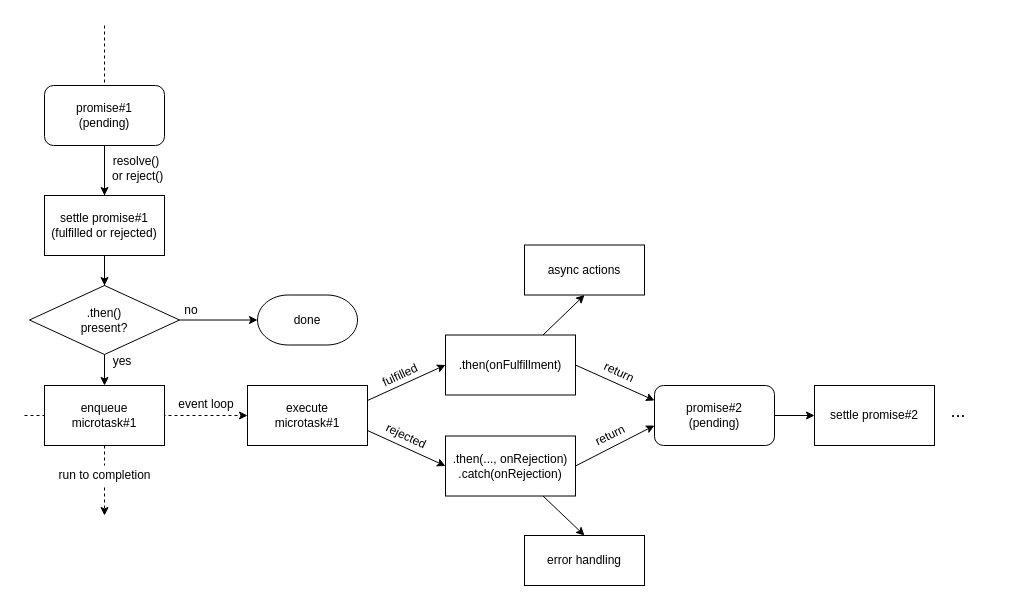
remarcmij/using-apis-qa-wk1 keeps this draw.io diagram as assets/promise.drawio. Above is the earlier version. Source tidied: cells renumbered, new cells numbered last; positions are measured from the earlier drawing's top-left corner, leaving out a move shared by most shapes. Both pictures are drawn from the tidied source at 100%, with x=0, y=0 at pixel (24, 25).
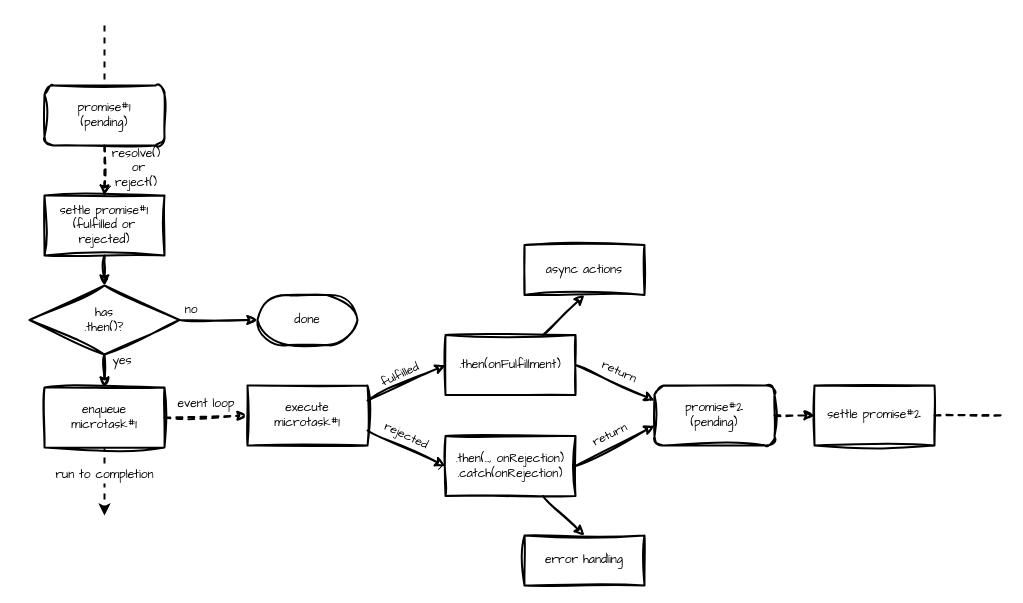
Above is the later version.

Change to the diagram source:
```diff
@@
-    <mxCell id="2" style="endArrow=classic;html=1;rounded=0;dashed=1;" parent="1" edge="1">
+    <mxCell id="2" style="endArrow=classic;html=1;rounded=0;dashed=1;strokeWidth=2;fontFamily=Comic Sans MS;" parent="1" edge="1">
       <mxGeometry relative="1" as="geometry">
         <mxPoint x="80" as="sourcePoint" />
         <mxPoint x="80" y="490" as="targetPoint" />
       </mxGeometry>
     </mxCell>
-    <mxCell id="3" style="endArrow=classic;html=1;rounded=0;entryX=0;entryY=0.5;entryDx=0;entryDy=0;dashed=1;" parent="1" edge="1" target="17">
-      <mxGeometry relative="1" as="geometry">
-        <mxPoint y="390" as="sourcePoint" />
-      </mxGeometry>
+    <mxCell id="3" style="endArrow=classic;html=1;rounded=0;entryX=0;entryY=0.5;entryDx=0;entryDy=0;dashed=1;strokeWidth=2;fontFamily=Comic Sans MS;exitX=1;exitY=0.5;exitDx=0;exitDy=0;sketch=1;curveFitting=1;jiggle=2;" parent="1" edge="1" source="9" target="17">
+      <mxGeometry relative="1" as="geometry" />
     </mxCell>
-    <mxCell id="4" value=".then(onFulfillment)" style="rounded=0;whiteSpace=wrap;html=1;" parent="1" vertex="1">
+    <mxCell id="4" value=".then(onFulfillment)" style="rounded=0;whiteSpace=wrap;html=1;sketch=1;curveFitting=1;jiggle=2;strokeWidth=2;fontFamily=Comic Sans MS;" parent="1" vertex="1">
       <mxGeometry x="421" y="309.5" width="130" height="60" as="geometry" />
     </mxCell>
-    <mxCell id="5" value=".then(..., onRejection)&lt;br&gt;.catch(onRejection)" style="rounded=0;whiteSpace=wrap;html=1;" parent="1" vertex="1">
+    <mxCell id="5" value=".then(..., onRejection)&lt;br&gt;.catch(onRejection)" style="rounded=0;whiteSpace=wrap;html=1;sketch=1;curveFitting=1;jiggle=2;strokeWidth=2;fontFamily=Comic Sans MS;" parent="1" vertex="1">
       <mxGeometry x="421" y="410.5" width="130" height="60" as="geometry" />
     </mxCell>
-    <mxCell id="6" value="fulfilled" style="text;html=1;align=center;verticalAlign=middle;whiteSpace=wrap;rounded=0;rotation=-25;" parent="1" vertex="1">
+    <mxCell id="6" value="fulfilled" style="text;html=1;align=center;verticalAlign=middle;whiteSpace=wrap;rounded=0;rotation=-25;sketch=1;curveFitting=1;jiggle=2;strokeWidth=2;fontFamily=Comic Sans MS;" parent="1" vertex="1">
       <mxGeometry x="346" y="335" width="60" height="30" as="geometry" />
     </mxCell>
-    <mxCell id="7" value="rejected" style="text;html=1;align=center;verticalAlign=middle;whiteSpace=wrap;rounded=0;rotation=25;" parent="1" vertex="1">
+    <mxCell id="7" value="rejected" style="text;html=1;align=center;verticalAlign=middle;whiteSpace=wrap;rounded=0;rotation=25;sketch=1;curveFitting=1;jiggle=2;strokeWidth=2;fontFamily=Comic Sans MS;" parent="1" vertex="1">
       <mxGeometry x="352" y="396" width="60" height="30" as="geometry" />
     </mxCell>
-    <mxCell id="8" value="promise#1&lt;br&gt;(pending)" style="rounded=1;whiteSpace=wrap;html=1;" parent="1" vertex="1">
+    <mxCell id="8" value="promise#1&lt;br&gt;(pending)" style="rounded=1;whiteSpace=wrap;html=1;sketch=1;curveFitting=1;jiggle=2;strokeWidth=2;fontFamily=Comic Sans MS;" parent="1" vertex="1">
       <mxGeometry x="20" y="60" width="120" height="60" as="geometry" />
     </mxCell>
-    <mxCell id="9" value="enqueue&lt;br&gt;microtask#1" style="rounded=0;whiteSpace=wrap;html=1;" parent="1" vertex="1">
-      <mxGeometry x="20" y="360" width="120" height="60" as="geometry" />
+    <mxCell id="9" value="enqueue&lt;br&gt;microtask#1" style="rounded=0;whiteSpace=wrap;html=1;sketch=1;curveFitting=1;jiggle=2;strokeWidth=2;fontFamily=Comic Sans MS;" parent="1" vertex="1">
+      <mxGeometry x="20" y="362" width="120" height="60" as="geometry" />
     </mxCell>
-    <mxCell id="10" value="resolve()&lt;br&gt;&amp;nbsp;or reject()" style="text;html=1;align=center;verticalAlign=middle;whiteSpace=wrap;rounded=0;" parent="1" vertex="1">
+    <mxCell id="10" value="resolve()&lt;br&gt;&amp;nbsp;or reject()" style="text;html=1;align=center;verticalAlign=middle;whiteSpace=wrap;rounded=0;sketch=1;curveFitting=1;jiggle=2;strokeWidth=2;fontFamily=Comic Sans MS;" parent="1" vertex="1">
       <mxGeometry x="82" y="127.5" width="60" height="30" as="geometry" />
     </mxCell>
-    <mxCell id="11" value="event loop" style="text;html=1;align=center;verticalAlign=middle;whiteSpace=wrap;rounded=0;fillColor=none;" parent="1" vertex="1">
+    <mxCell id="11" value="event loop" style="text;html=1;align=center;verticalAlign=middle;whiteSpace=wrap;rounded=0;fillColor=none;sketch=1;curveFitting=1;jiggle=2;strokeWidth=2;fontFamily=Comic Sans MS;" parent="1" vertex="1">
       <mxGeometry x="152" y="369" width="60" height="20" as="geometry" />
     </mxCell>
-    <mxCell id="12" value=".then()&lt;br&gt;present?" style="strokeWidth=1;html=1;shape=mxgraph.flowchart.decision;whiteSpace=wrap;" parent="1" vertex="1">
+    <mxCell id="12" value="has&lt;br&gt;.then()?" style="strokeWidth=2;html=1;shape=mxgraph.flowchart.decision;whiteSpace=wrap;sketch=1;curveFitting=1;jiggle=2;fontFamily=Comic Sans MS;" parent="1" vertex="1">
       <mxGeometry x="5" y="260" width="150" height="69" as="geometry" />
     </mxCell>
-    <mxCell id="13" value="settle promise#1&lt;br&gt;(fulfilled or rejected)" style="rounded=0;whiteSpace=wrap;html=1;" parent="1" vertex="1">
+    <mxCell id="13" value="settle promise#1&lt;br&gt;(fulfilled or rejected)" style="rounded=0;whiteSpace=wrap;html=1;sketch=1;curveFitting=1;jiggle=2;strokeWidth=2;fontFamily=Comic Sans MS;" parent="1" vertex="1">
       <mxGeometry x="20" y="170" width="120" height="60" as="geometry" />
     </mxCell>
-    <mxCell id="14" style="endArrow=classic;html=1;rounded=0;exitX=0.5;exitY=1;exitDx=0;exitDy=0;entryX=0.5;entryY=0;entryDx=0;entryDy=0;" parent="1" edge="1" source="8" target="13">
+    <mxCell id="14" style="endArrow=classic;html=1;rounded=0;exitX=0.5;exitY=1;exitDx=0;exitDy=0;entryX=0.5;entryY=0;entryDx=0;entryDy=0;sketch=1;curveFitting=1;jiggle=2;strokeWidth=2;fontFamily=Comic Sans MS;dashed=1;" parent="1" edge="1" source="8" target="13">
       <mxGeometry relative="1" as="geometry" />
     </mxCell>
-    <mxCell id="15" style="endArrow=none;html=1;rounded=0;entryX=0.5;entryY=1;entryDx=0;entryDy=0;exitX=0.5;exitY=0;exitDx=0;exitDy=0;exitPerimeter=0;endFill=1;startFill=1;startArrow=classic;" parent="1" edge="1" source="12" target="13">
+    <mxCell id="15" style="endArrow=none;html=1;rounded=0;entryX=0.5;entryY=1;entryDx=0;entryDy=0;exitX=0.5;exitY=0;exitDx=0;exitDy=0;exitPerimeter=0;endFill=1;startFill=1;startArrow=classic;sketch=1;curveFitting=1;jiggle=2;strokeWidth=2;fontFamily=Comic Sans MS;" parent="1" edge="1" source="12" target="13">
       <mxGeometry relative="1" as="geometry" />
     </mxCell>
-    <mxCell id="16" style="endArrow=classic;html=1;rounded=0;exitX=0.5;exitY=1;exitDx=0;exitDy=0;exitPerimeter=0;entryX=0.5;entryY=0;entryDx=0;entryDy=0;" parent="1" edge="1" source="12" target="9">
+    <mxCell id="16" style="endArrow=classic;html=1;rounded=0;exitX=0.5;exitY=1;exitDx=0;exitDy=0;exitPerimeter=0;entryX=0.5;entryY=0;entryDx=0;entryDy=0;sketch=1;curveFitting=1;jiggle=2;strokeWidth=2;fontFamily=Comic Sans MS;" parent="1" edge="1" source="12" target="9">
       <mxGeometry relative="1" as="geometry" />
     </mxCell>
-    <mxCell id="17" value="execute&lt;br&gt;microtask#1" style="rounded=0;whiteSpace=wrap;html=1;" parent="1" vertex="1">
+    <mxCell id="17" value="execute&lt;br&gt;microtask#1" style="rounded=0;whiteSpace=wrap;html=1;sketch=1;curveFitting=1;jiggle=2;strokeWidth=2;fontFamily=Comic Sans MS;" parent="1" vertex="1">
       <mxGeometry x="223" y="360" width="120" height="60" as="geometry" />
     </mxCell>
-    <mxCell id="18" style="endArrow=classic;html=1;rounded=0;exitX=1;exitY=0.25;exitDx=0;exitDy=0;entryX=0;entryY=0.5;entryDx=0;entryDy=0;" parent="1" edge="1" source="17" target="4">
+    <mxCell id="18" style="endArrow=classic;html=1;rounded=0;exitX=1;exitY=0.25;exitDx=0;exitDy=0;entryX=0;entryY=0.5;entryDx=0;entryDy=0;sketch=1;curveFitting=1;jiggle=2;strokeWidth=2;fontFamily=Comic Sans MS;" parent="1" edge="1" source="17" target="4">
       <mxGeometry relative="1" as="geometry" />
     </mxCell>
-    <mxCell id="19" style="endArrow=classic;html=1;rounded=0;entryX=0;entryY=0.5;entryDx=0;entryDy=0;exitX=1;exitY=0.75;exitDx=0;exitDy=0;" parent="1" edge="1" source="17" target="5">
+    <mxCell id="19" style="endArrow=classic;html=1;rounded=0;entryX=0;entryY=0.5;entryDx=0;entryDy=0;exitX=1;exitY=0.75;exitDx=0;exitDy=0;sketch=1;curveFitting=1;jiggle=2;strokeWidth=2;fontFamily=Comic Sans MS;" parent="1" edge="1" source="17" target="5">
       <mxGeometry relative="1" as="geometry" />
     </mxCell>
-    <mxCell id="20" value="yes" style="text;html=1;align=center;verticalAlign=middle;whiteSpace=wrap;rounded=0;" parent="1" vertex="1">
+    <mxCell id="20" value="yes" style="text;html=1;align=center;verticalAlign=middle;whiteSpace=wrap;rounded=0;sketch=1;curveFitting=1;jiggle=2;strokeWidth=2;fontFamily=Comic Sans MS;" parent="1" vertex="1">
       <mxGeometry x="68" y="320.5" width="60" height="30" as="geometry" />
     </mxCell>
-    <mxCell id="21" style="endArrow=classic;html=1;rounded=0;exitX=1;exitY=0.5;exitDx=0;exitDy=0;exitPerimeter=0;entryX=0;entryY=0.5;entryDx=0;entryDy=0;entryPerimeter=0;" parent="1" edge="1" source="12" target="22">
+    <mxCell id="21" style="endArrow=classic;html=1;rounded=0;exitX=1;exitY=0.5;exitDx=0;exitDy=0;exitPerimeter=0;entryX=0;entryY=0.5;entryDx=0;entryDy=0;entryPerimeter=0;sketch=1;curveFitting=1;jiggle=2;strokeWidth=2;fontFamily=Comic Sans MS;" parent="1" edge="1" source="12" target="22">
       <mxGeometry relative="1" as="geometry" />
     </mxCell>
-    <mxCell id="22" value="done" style="strokeWidth=1;html=1;shape=mxgraph.flowchart.terminator;whiteSpace=wrap;" parent="1" vertex="1">
+    <mxCell id="22" value="done" style="strokeWidth=2;html=1;shape=mxgraph.flowchart.terminator;whiteSpace=wrap;sketch=1;curveFitting=1;jiggle=2;fontFamily=Comic Sans MS;" parent="1" vertex="1">
       <mxGeometry x="233" y="269.5" width="100" height="50" as="geometry" />
     </mxCell>
-    <mxCell id="23" value="async actions" style="rounded=0;whiteSpace=wrap;html=1;" parent="1" vertex="1">
+    <mxCell id="23" value="async actions" style="rounded=0;whiteSpace=wrap;html=1;sketch=1;curveFitting=1;jiggle=2;strokeWidth=2;fontFamily=Comic Sans MS;" parent="1" vertex="1">
       <mxGeometry x="500" y="219.5" width="120" height="50" as="geometry" />
     </mxCell>
-    <mxCell id="24" value="error handling" style="rounded=0;whiteSpace=wrap;html=1;" parent="1" vertex="1">
+    <mxCell id="24" value="error handling" style="rounded=0;whiteSpace=wrap;html=1;sketch=1;curveFitting=1;jiggle=2;strokeWidth=2;fontFamily=Comic Sans MS;" parent="1" vertex="1">
       <mxGeometry x="500" y="510" width="120" height="50" as="geometry" />
     </mxCell>
-    <mxCell id="25" style="endArrow=classic;html=1;rounded=0;entryX=0.5;entryY=1;entryDx=0;entryDy=0;exitX=0.75;exitY=0;exitDx=0;exitDy=0;" parent="1" edge="1" source="4" target="23">
+    <mxCell id="25" style="endArrow=classic;html=1;rounded=0;entryX=0.5;entryY=1;entryDx=0;entryDy=0;exitX=0.75;exitY=0;exitDx=0;exitDy=0;sketch=1;curveFitting=1;jiggle=2;strokeWidth=2;fontFamily=Comic Sans MS;" parent="1" edge="1" source="4" target="23">
       <mxGeometry relative="1" as="geometry" />
     </mxCell>
-    <mxCell id="26" style="endArrow=classic;html=1;rounded=0;exitX=0.75;exitY=1;exitDx=0;exitDy=0;entryX=0.5;entryY=0;entryDx=0;entryDy=0;" parent="1" edge="1" source="5" target="24">
+    <mxCell id="26" style="endArrow=classic;html=1;rounded=0;exitX=0.75;exitY=1;exitDx=0;exitDy=0;entryX=0.5;entryY=0;entryDx=0;entryDy=0;sketch=1;curveFitting=1;jiggle=2;strokeWidth=2;fontFamily=Comic Sans MS;" parent="1" edge="1" source="5" target="24">
       <mxGeometry relative="1" as="geometry" />
     </mxCell>
-    <mxCell id="27" value="promise#2&lt;br&gt;(pending)" style="rounded=1;whiteSpace=wrap;html=1;" parent="1" vertex="1">
+    <mxCell id="27" value="promise#2&lt;br&gt;(pending)" style="rounded=1;whiteSpace=wrap;html=1;sketch=1;curveFitting=1;jiggle=2;strokeWidth=2;fontFamily=Comic Sans MS;" parent="1" vertex="1">
       <mxGeometry x="630" y="360" width="120" height="60" as="geometry" />
     </mxCell>
-    <mxCell id="28" style="endArrow=classic;html=1;rounded=0;exitX=1;exitY=0.5;exitDx=0;exitDy=0;entryX=0;entryY=0.25;entryDx=0;entryDy=0;" parent="1" edge="1" source="4" target="27">
+    <mxCell id="28" style="endArrow=classic;html=1;rounded=0;exitX=1;exitY=0.5;exitDx=0;exitDy=0;entryX=0;entryY=0.25;entryDx=0;entryDy=0;sketch=1;curveFitting=1;jiggle=2;strokeWidth=2;fontFamily=Comic Sans MS;" parent="1" edge="1" source="4" target="27">
       <mxGeometry relative="1" as="geometry" />
     </mxCell>
-    <mxCell id="29" style="endArrow=classic;html=1;rounded=0;exitX=1;exitY=0.5;exitDx=0;exitDy=0;entryX=0;entryY=0.667;entryDx=0;entryDy=0;entryPerimeter=0;" parent="1" edge="1" source="5" target="27">
+    <mxCell id="29" style="endArrow=classic;html=1;rounded=0;exitX=1;exitY=0.5;exitDx=0;exitDy=0;entryX=0;entryY=0.667;entryDx=0;entryDy=0;entryPerimeter=0;sketch=1;curveFitting=1;jiggle=2;strokeWidth=2;fontFamily=Comic Sans MS;" parent="1" edge="1" source="5" target="27">
       <mxGeometry relative="1" as="geometry" />
     </mxCell>
-    <mxCell id="30" value="return" style="text;html=1;align=center;verticalAlign=middle;whiteSpace=wrap;rounded=0;rotation=25;" parent="1" vertex="1">
+    <mxCell id="30" value="return" style="text;html=1;align=center;verticalAlign=middle;whiteSpace=wrap;rounded=0;rotation=25;sketch=1;curveFitting=1;jiggle=2;strokeWidth=2;fontFamily=Comic Sans MS;" parent="1" vertex="1">
       <mxGeometry x="565" y="332" width="60" height="30" as="geometry" />
     </mxCell>
-    <mxCell id="31" value="return" style="text;html=1;align=center;verticalAlign=middle;whiteSpace=wrap;rounded=0;rotation=-26;" parent="1" vertex="1">
+    <mxCell id="31" value="return" style="text;html=1;align=center;verticalAlign=middle;whiteSpace=wrap;rounded=0;rotation=-26;sketch=1;curveFitting=1;jiggle=2;strokeWidth=2;fontFamily=Comic Sans MS;" parent="1" vertex="1">
       <mxGeometry x="556" y="395" width="60" height="30" as="geometry" />
     </mxCell>
-    <mxCell id="32" value="settle promise#2" style="rounded=0;whiteSpace=wrap;html=1;" parent="1" vertex="1">
+    <mxCell id="32" value="settle promise#2" style="rounded=0;whiteSpace=wrap;html=1;sketch=1;curveFitting=1;jiggle=2;strokeWidth=2;fontFamily=Comic Sans MS;" parent="1" vertex="1">
       <mxGeometry x="790" y="360" width="120" height="60" as="geometry" />
     </mxCell>
-    <mxCell id="33" style="endArrow=classic;html=1;rounded=0;exitX=1;exitY=0.5;exitDx=0;exitDy=0;entryX=0;entryY=0.5;entryDx=0;entryDy=0;" parent="1" edge="1" source="27" target="32">
+    <mxCell id="33" style="endArrow=classic;html=1;rounded=0;exitX=1;exitY=0.5;exitDx=0;exitDy=0;entryX=0;entryY=0.5;entryDx=0;entryDy=0;sketch=1;curveFitting=1;jiggle=2;strokeWidth=2;fontFamily=Comic Sans MS;dashed=1;" parent="1" edge="1" source="27" target="32">
       <mxGeometry relative="1" as="geometry" />
     </mxCell>
-    <mxCell id="34" value="&lt;font style=&quot;font-size: 18px;&quot;&gt;...&lt;/font&gt;" style="text;html=1;align=center;verticalAlign=middle;whiteSpace=wrap;rounded=0;" parent="1" vertex="1">
-      <mxGeometry x="904" y="371" width="60" height="30" as="geometry" />
-    </mxCell>
-    <mxCell id="35" value="no" style="text;html=1;align=center;verticalAlign=middle;whiteSpace=wrap;rounded=0;" parent="1" vertex="1">
+    <mxCell id="35" value="no" style="text;html=1;align=center;verticalAlign=middle;whiteSpace=wrap;rounded=0;sketch=1;curveFitting=1;jiggle=2;strokeWidth=2;fontFamily=Comic Sans MS;" parent="1" vertex="1">
       <mxGeometry x="137" y="270" width="60" height="30" as="geometry" />
     </mxCell>
-    <mxCell id="36" value="run to completion" style="text;html=1;align=center;verticalAlign=middle;whiteSpace=wrap;rounded=0;fillColor=default;" parent="1" vertex="1">
+    <mxCell id="36" value="run to completion" style="text;html=1;align=center;verticalAlign=middle;whiteSpace=wrap;rounded=0;fillColor=default;sketch=1;curveFitting=1;jiggle=2;strokeWidth=2;fontFamily=Comic Sans MS;" parent="1" vertex="1">
       <mxGeometry x="22.5" y="440" width="115" height="20" as="geometry" />
     </mxCell>
+    <mxCell id="37" style="endArrow=none;html=1;rounded=0;exitX=1;exitY=0.5;exitDx=0;exitDy=0;dashed=1;strokeWidth=2;sketch=1;curveFitting=1;jiggle=2;" parent="1" edge="1" source="32">
+      <mxGeometry relative="1" as="geometry">
+        <mxPoint x="980" y="390" as="targetPoint" />
+      </mxGeometry>
+    </mxCell>
```
